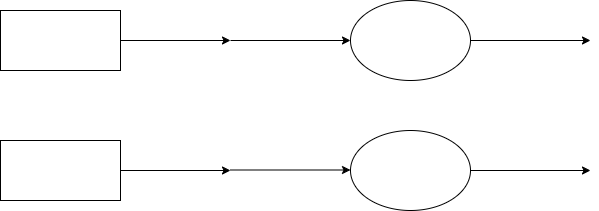
Before: Ví Dụ 1 (Chương 2).png, a diagram exported from draw.io (datnham0212/learning). Source tidied: cells renumbered, new cells last; positions are measured from the earlier drawing's top-left corner, leaving out a move shared by most shapes.
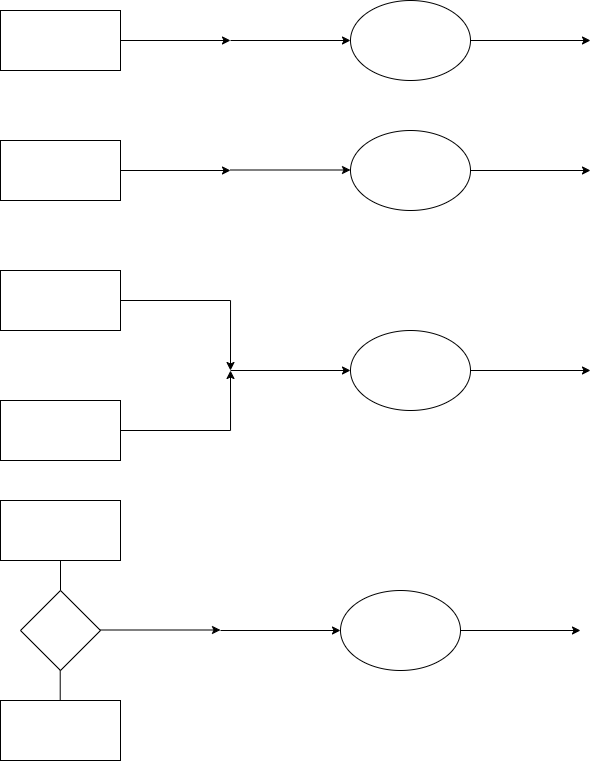
Later version of the same file.

Change to the diagram source:
```diff
@@ -46,5 +46,75 @@
     <mxCell id="11" style="ellipse;whiteSpace=wrap;html=1;" parent="1" vertex="1">
       <mxGeometry x="350" y="130" width="120" height="80" as="geometry" />
     </mxCell>
+    <mxCell id="12" style="edgeStyle=orthogonalEdgeStyle;rounded=0;jettySize=auto;html=1;" parent="1" edge="1" source="13">
+      <mxGeometry relative="1" as="geometry">
+        <mxPoint x="230" y="370" as="targetPoint" />
+      </mxGeometry>
+    </mxCell>
+    <mxCell id="13" style="rounded=0;whiteSpace=wrap;html=1;" parent="1" vertex="1">
+      <mxGeometry y="270" width="120" height="60" as="geometry" />
+    </mxCell>
+    <mxCell id="14" style="edgeStyle=orthogonalEdgeStyle;rounded=0;jettySize=auto;html=1;" parent="1" edge="1" source="15">
+      <mxGeometry relative="1" as="geometry">
+        <mxPoint x="230" y="370" as="targetPoint" />
+      </mxGeometry>
+    </mxCell>
+    <mxCell id="15" style="rounded=0;whiteSpace=wrap;html=1;" parent="1" vertex="1">
+      <mxGeometry y="400" width="120" height="60" as="geometry" />
+    </mxCell>
+    <mxCell id="16" style="endArrow=classic;html=1;rounded=0;" parent="1" edge="1">
+      <mxGeometry relative="1" as="geometry">
+        <mxPoint x="230" y="370" as="sourcePoint" />
+        <mxPoint x="350" y="370" as="targetPoint" />
+      </mxGeometry>
+    </mxCell>
+    <mxCell id="17" style="edgeStyle=orthogonalEdgeStyle;rounded=0;jettySize=auto;html=1;" parent="1" edge="1" source="18">
+      <mxGeometry relative="1" as="geometry">
+        <mxPoint x="590" y="370" as="targetPoint" />
+      </mxGeometry>
+    </mxCell>
+    <mxCell id="18" style="ellipse;whiteSpace=wrap;html=1;" parent="1" vertex="1">
+      <mxGeometry x="350" y="330" width="120" height="80" as="geometry" />
+    </mxCell>
+    <mxCell id="19" style="rounded=0;whiteSpace=wrap;html=1;" parent="1" vertex="1">
+      <mxGeometry y="700" width="120" height="60" as="geometry" />
+    </mxCell>
+    <mxCell id="20" style="endArrow=classic;html=1;rounded=0;" parent="1" edge="1">
+      <mxGeometry relative="1" as="geometry">
+        <mxPoint x="220" y="630" as="sourcePoint" />
+        <mxPoint x="340" y="630" as="targetPoint" />
+      </mxGeometry>
+    </mxCell>
+    <mxCell id="21" style="edgeStyle=orthogonalEdgeStyle;rounded=0;jettySize=auto;html=1;" parent="1" edge="1" source="22">
+      <mxGeometry relative="1" as="geometry">
+        <mxPoint x="580" y="630" as="targetPoint" />
+      </mxGeometry>
+    </mxCell>
+    <mxCell id="22" style="ellipse;whiteSpace=wrap;html=1;" parent="1" vertex="1">
+      <mxGeometry x="340" y="590" width="120" height="80" as="geometry" />
+    </mxCell>
+    <mxCell id="23" style="rounded=0;whiteSpace=wrap;html=1;" parent="1" vertex="1">
+      <mxGeometry y="500" width="120" height="60" as="geometry" />
+    </mxCell>
+    <mxCell id="24" style="rhombus;whiteSpace=wrap;html=1;" parent="1" vertex="1">
+      <mxGeometry x="20" y="590" width="80" height="80" as="geometry" />
+    </mxCell>
+    <mxCell id="25" style="endArrow=classic;html=1;rounded=0;" parent="1" edge="1">
+      <mxGeometry relative="1" as="geometry">
+        <mxPoint x="100" y="629.5" as="sourcePoint" />
+        <mxPoint x="220" y="629.5" as="targetPoint" />
+      </mxGeometry>
+    </mxCell>
+    <mxCell id="26" style="endArrow=none;html=1;rounded=0;" parent="1" edge="1" target="23">
+      <mxGeometry relative="1" as="geometry">
+        <mxPoint x="60" y="590" as="sourcePoint" />
+      </mxGeometry>
+    </mxCell>
+    <mxCell id="27" style="endArrow=none;html=1;rounded=0;" parent="1" edge="1">
+      <mxGeometry relative="1" as="geometry">
+        <mxPoint x="59.7" y="700" as="sourcePoint" />
+        <mxPoint x="59.7" y="670" as="targetPoint" />
+      </mxGeometry>
+    </mxCell>
   </root>
 </mxGraphModel>
```
